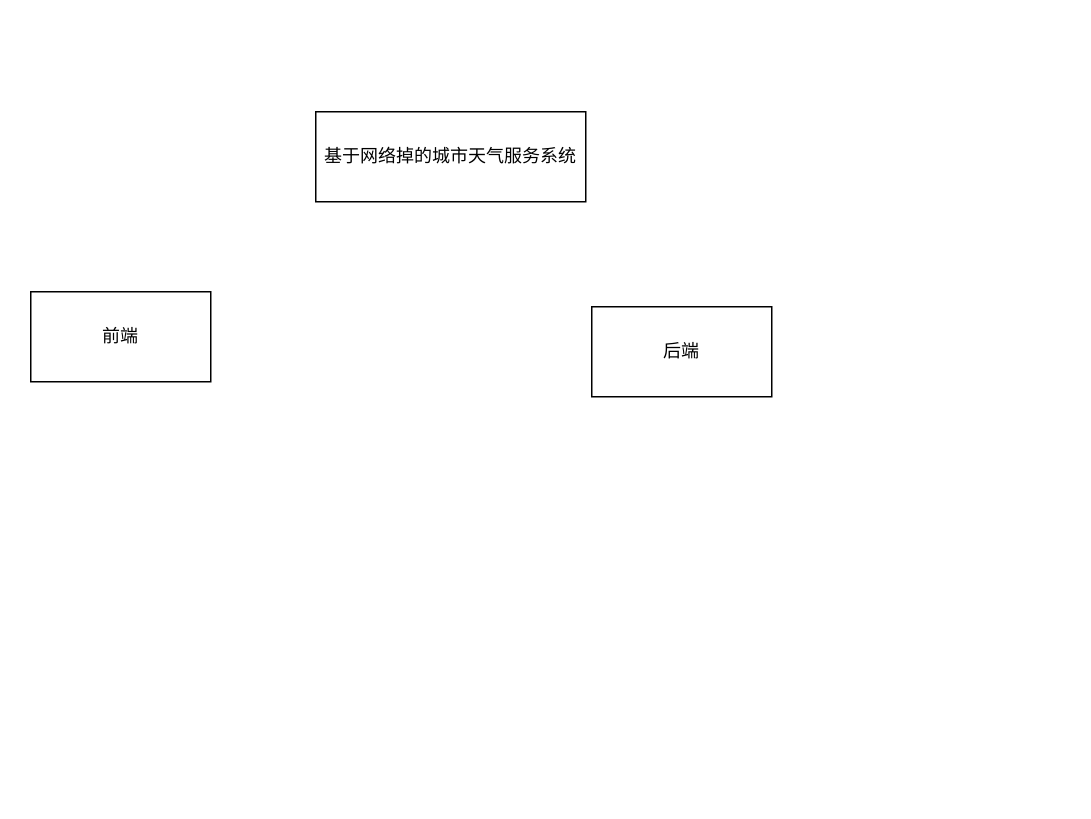
Earlier version of the draw.io diagram page "Page-2" (2 of 2) of Untitled Diagram.drawio (moxiaoyuancl/-django-). Source tidied: cells renumbered, new cells numbered last; positions are measured from the earlier drawing's top-left corner, leaving out a move shared by most shapes. Both pictures are drawn from the tidied source at 150%, with x=0, y=0 at pixel (30, 111).
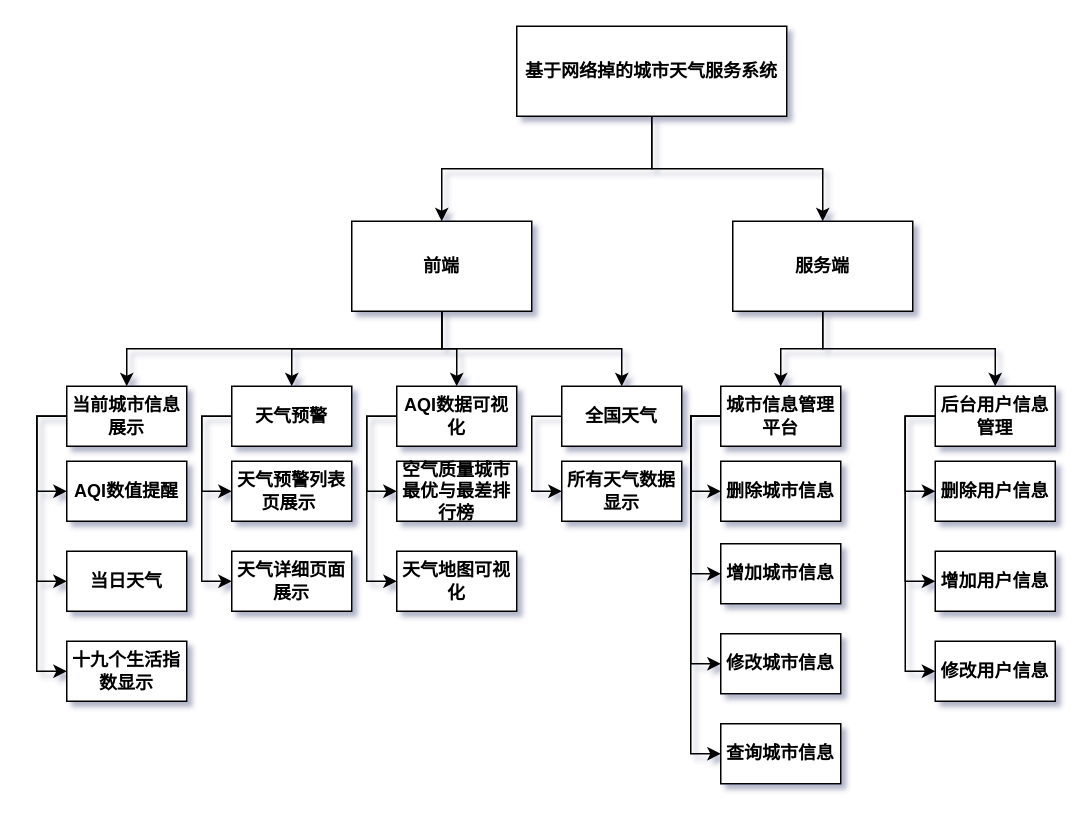
The same page after the edit.

The edit, as a diff of the source:
```diff
@@
-<mxGraphModel>
+<mxGraphModel shadow="1">
@@
+    <mxCell id="5" style="edgeStyle=orthogonalEdgeStyle;rounded=0;jettySize=auto;html=1;exitX=0.5;exitY=1;exitDx=0;exitDy=0;fontStyle=1;" parent="1" edge="1" source="2" target="3">
+      <mxGeometry relative="1" as="geometry" />
+    </mxCell>
+    <mxCell id="6" style="edgeStyle=orthogonalEdgeStyle;rounded=0;jettySize=auto;html=1;exitX=0.5;exitY=1;exitDx=0;exitDy=0;fontStyle=1;" parent="1" edge="1" source="2" target="4">
+      <mxGeometry relative="1" as="geometry" />
+    </mxCell>
-    <mxCell id="2" value="基于网络掉的城市天气服务系统" style="rounded=0;whiteSpace=wrap;html=1;" parent="1" vertex="1">
-      <mxGeometry x="190" width="180" height="60" as="geometry" />
+    <mxCell id="2" value="基于网络掉的城市天气服务系统" style="rounded=0;whiteSpace=wrap;html=1;direction=east;glass=0;fontStyle=1;" parent="1" vertex="1">
+      <mxGeometry x="324" y="-57" width="180" height="60" as="geometry" />
     </mxCell>
+    <mxCell id="7" style="edgeStyle=orthogonalEdgeStyle;rounded=0;jettySize=auto;html=1;exitX=0.5;exitY=1;exitDx=0;exitDy=0;entryX=0.5;entryY=0;entryDx=0;entryDy=0;fontStyle=1;" parent="1" edge="1" source="3" target="16">
+      <mxGeometry relative="1" as="geometry" />
+    </mxCell>
+    <mxCell id="8" style="edgeStyle=orthogonalEdgeStyle;rounded=0;jettySize=auto;html=1;exitX=0.5;exitY=1;exitDx=0;exitDy=0;fontStyle=1;" parent="1" edge="1" source="3" target="19">
+      <mxGeometry relative="1" as="geometry" />
+    </mxCell>
+    <mxCell id="9" style="edgeStyle=orthogonalEdgeStyle;rounded=0;jettySize=auto;html=1;exitX=0.5;exitY=1;exitDx=0;exitDy=0;fontStyle=1;" parent="1" edge="1" source="3" target="22">
+      <mxGeometry relative="1" as="geometry" />
+    </mxCell>
+    <mxCell id="10" style="edgeStyle=orthogonalEdgeStyle;rounded=0;jettySize=auto;html=1;exitX=0.5;exitY=1;exitDx=0;exitDy=0;fontStyle=1;" parent="1" edge="1" source="3" target="33">
+      <mxGeometry relative="1" as="geometry" />
+    </mxCell>
-    <mxCell id="3" value="前端" style="rounded=0;whiteSpace=wrap;html=1;" parent="1" vertex="1">
-      <mxGeometry y="120" width="120" height="60" as="geometry" />
+    <mxCell id="3" value="前端" style="rounded=0;whiteSpace=wrap;html=1;direction=east;fontStyle=1;" parent="1" vertex="1">
+      <mxGeometry x="214" y="73" width="120" height="60" as="geometry" />
     </mxCell>
+    <mxCell id="11" style="edgeStyle=orthogonalEdgeStyle;rounded=0;jettySize=auto;html=1;exitX=0.5;exitY=1;exitDx=0;exitDy=0;fontStyle=1;" parent="1" edge="1" source="4" target="31">
+      <mxGeometry relative="1" as="geometry" />
+    </mxCell>
+    <mxCell id="12" style="edgeStyle=orthogonalEdgeStyle;rounded=0;jettySize=auto;html=1;exitX=0.5;exitY=1;exitDx=0;exitDy=0;entryX=0.5;entryY=0;entryDx=0;entryDy=0;fontStyle=1;" parent="1" edge="1" source="4" target="27">
+      <mxGeometry relative="1" as="geometry" />
+    </mxCell>
-    <mxCell id="4" value="后端" style="rounded=0;whiteSpace=wrap;html=1;" parent="1" vertex="1">
-      <mxGeometry x="374" y="130" width="120" height="60" as="geometry" />
+    <mxCell id="4" value="服务端" style="rounded=0;whiteSpace=wrap;html=1;direction=east;fontStyle=1;" parent="1" vertex="1">
+      <mxGeometry x="468" y="73" width="120" height="60" as="geometry" />
     </mxCell>
+    <mxCell id="13" style="edgeStyle=orthogonalEdgeStyle;rounded=0;jettySize=auto;html=1;exitX=0;exitY=0.5;exitDx=0;exitDy=0;entryX=0;entryY=0.5;entryDx=0;entryDy=0;fontStyle=1;" parent="1" edge="1" source="16" target="34">
+      <mxGeometry relative="1" as="geometry" />
+    </mxCell>
+    <mxCell id="14" style="edgeStyle=orthogonalEdgeStyle;rounded=0;jettySize=auto;html=1;exitX=0;exitY=0.5;exitDx=0;exitDy=0;entryX=0;entryY=0.5;entryDx=0;entryDy=0;fontStyle=1;" parent="1" edge="1" source="16" target="35">
+      <mxGeometry relative="1" as="geometry" />
+    </mxCell>
+    <mxCell id="15" style="edgeStyle=orthogonalEdgeStyle;rounded=0;jettySize=auto;html=1;exitX=0;exitY=0.5;exitDx=0;exitDy=0;entryX=0;entryY=0.5;entryDx=0;entryDy=0;fontStyle=1;" parent="1" edge="1" source="16" target="36">
+      <mxGeometry relative="1" as="geometry" />
+    </mxCell>
+    <mxCell id="16" value="当前城市信息展示" style="rounded=0;whiteSpace=wrap;html=1;direction=east;fontStyle=1;" parent="1" vertex="1">
+      <mxGeometry x="24" y="183" width="80" height="40" as="geometry" />
+    </mxCell>
+    <mxCell id="17" style="edgeStyle=orthogonalEdgeStyle;rounded=0;jettySize=auto;html=1;exitX=0;exitY=0.5;exitDx=0;exitDy=0;entryX=0;entryY=0.5;entryDx=0;entryDy=0;fontStyle=1;" parent="1" edge="1" source="19" target="41">
+      <mxGeometry relative="1" as="geometry" />
+    </mxCell>
+    <mxCell id="18" style="edgeStyle=orthogonalEdgeStyle;rounded=0;jettySize=auto;html=1;exitX=0;exitY=0.5;exitDx=0;exitDy=0;entryX=0;entryY=0.5;entryDx=0;entryDy=0;fontStyle=1;" parent="1" edge="1" source="19" target="42">
+      <mxGeometry relative="1" as="geometry" />
+    </mxCell>
+    <mxCell id="19" value="天气预警" style="rounded=0;whiteSpace=wrap;html=1;direction=east;fontStyle=1;" parent="1" vertex="1">
+      <mxGeometry x="134" y="183" width="80" height="40" as="geometry" />
+    </mxCell>
+    <mxCell id="20" style="edgeStyle=orthogonalEdgeStyle;rounded=0;jettySize=auto;html=1;exitX=0;exitY=0.5;exitDx=0;exitDy=0;entryX=0;entryY=0.5;entryDx=0;entryDy=0;fontStyle=1;" parent="1" edge="1" source="22" target="40">
+      <mxGeometry relative="1" as="geometry" />
+    </mxCell>
+    <mxCell id="21" style="edgeStyle=orthogonalEdgeStyle;rounded=0;jettySize=auto;html=1;entryX=0;entryY=0.5;entryDx=0;entryDy=0;exitX=0;exitY=0.5;exitDx=0;exitDy=0;fontStyle=1;" parent="1" edge="1" source="22" target="39">
+      <mxGeometry relative="1" as="geometry" />
+    </mxCell>
+    <mxCell id="22" value="AQI数据可视化" style="rounded=0;whiteSpace=wrap;html=1;direction=east;fontStyle=1;" parent="1" vertex="1">
+      <mxGeometry x="244" y="183" width="80" height="40" as="geometry" />
+    </mxCell>
+    <mxCell id="23" style="edgeStyle=orthogonalEdgeStyle;rounded=0;jettySize=auto;html=1;exitX=0;exitY=0.5;exitDx=0;exitDy=0;entryX=0;entryY=0.5;entryDx=0;entryDy=0;fontStyle=1;" parent="1" edge="1" source="27" target="44">
+      <mxGeometry relative="1" as="geometry" />
+    </mxCell>
+    <mxCell id="24" style="edgeStyle=orthogonalEdgeStyle;rounded=0;jettySize=auto;html=1;entryX=0;entryY=0.5;entryDx=0;entryDy=0;exitX=0;exitY=0.5;exitDx=0;exitDy=0;fontStyle=1;" parent="1" edge="1" source="27" target="38">
+      <mxGeometry relative="1" as="geometry" />
+    </mxCell>
+    <mxCell id="25" style="edgeStyle=orthogonalEdgeStyle;rounded=0;jettySize=auto;html=1;exitX=0;exitY=0.5;exitDx=0;exitDy=0;entryX=0;entryY=0.5;entryDx=0;entryDy=0;fontStyle=1;" parent="1" edge="1" source="27" target="47">
+      <mxGeometry relative="1" as="geometry" />
+    </mxCell>
+    <mxCell id="26" style="edgeStyle=orthogonalEdgeStyle;rounded=0;jettySize=auto;html=1;entryX=0;entryY=0.5;entryDx=0;entryDy=0;exitX=0;exitY=0.5;exitDx=0;exitDy=0;fontStyle=1;" parent="1" edge="1" source="27" target="46">
+      <mxGeometry relative="1" as="geometry" />
+    </mxCell>
+    <mxCell id="27" value="城市信息管理平台" style="rounded=0;whiteSpace=wrap;html=1;direction=east;fontStyle=1;" parent="1" vertex="1">
+      <mxGeometry x="460" y="183" width="80" height="40" as="geometry" />
+    </mxCell>
+    <mxCell id="28" style="edgeStyle=orthogonalEdgeStyle;rounded=0;jettySize=auto;html=1;exitX=0;exitY=0.5;exitDx=0;exitDy=0;entryX=0;entryY=0.5;entryDx=0;entryDy=0;fontStyle=1;" parent="1" edge="1" source="31" target="45">
+      <mxGeometry relative="1" as="geometry" />
+    </mxCell>
+    <mxCell id="29" style="edgeStyle=orthogonalEdgeStyle;rounded=0;jettySize=auto;html=1;exitX=0;exitY=0.5;exitDx=0;exitDy=0;entryX=0;entryY=0.5;entryDx=0;entryDy=0;fontStyle=1;" parent="1" edge="1" source="31" target="43">
+      <mxGeometry relative="1" as="geometry" />
+    </mxCell>
+    <mxCell id="30" style="edgeStyle=orthogonalEdgeStyle;rounded=0;jettySize=auto;html=1;exitX=0;exitY=0.5;exitDx=0;exitDy=0;entryX=0;entryY=0.5;entryDx=0;entryDy=0;fontStyle=1;" parent="1" edge="1" source="31" target="48">
+      <mxGeometry relative="1" as="geometry" />
+    </mxCell>
+    <mxCell id="31" value="后台用户信息管理" style="rounded=0;whiteSpace=wrap;html=1;direction=east;fontStyle=1;" parent="1" vertex="1">
+      <mxGeometry x="603" y="183" width="80" height="40" as="geometry" />
+    </mxCell>
+    <mxCell id="32" style="edgeStyle=orthogonalEdgeStyle;rounded=0;jettySize=auto;html=1;entryX=0;entryY=0.5;entryDx=0;entryDy=0;exitX=0;exitY=0.5;exitDx=0;exitDy=0;fontStyle=1;" parent="1" edge="1" source="33" target="37">
+      <mxGeometry relative="1" as="geometry" />
+    </mxCell>
+    <mxCell id="33" value="全国天气" style="rounded=0;whiteSpace=wrap;html=1;direction=east;fontStyle=1;" parent="1" vertex="1">
+      <mxGeometry x="354" y="183" width="80" height="40" as="geometry" />
+    </mxCell>
+    <mxCell id="34" value="AQI数值提醒" style="rounded=0;whiteSpace=wrap;html=1;glass=0;fontStyle=1;" parent="1" vertex="1">
+      <mxGeometry x="24" y="233" width="80" height="40" as="geometry" />
+    </mxCell>
+    <mxCell id="35" value="当日天气" style="rounded=0;whiteSpace=wrap;html=1;glass=0;fontStyle=1;" parent="1" vertex="1">
+      <mxGeometry x="24" y="293" width="80" height="40" as="geometry" />
+    </mxCell>
+    <mxCell id="36" value="十九个生活指数显示" style="rounded=0;whiteSpace=wrap;html=1;glass=0;fontStyle=1;" parent="1" vertex="1">
+      <mxGeometry x="24" y="353" width="80" height="40" as="geometry" />
+    </mxCell>
+    <mxCell id="37" value="所有天气数据显示" style="rounded=0;whiteSpace=wrap;html=1;glass=0;fontStyle=1;" parent="1" vertex="1">
+      <mxGeometry x="354" y="233" width="80" height="40" as="geometry" />
+    </mxCell>
+    <mxCell id="38" value="增加城市信息" style="rounded=0;whiteSpace=wrap;html=1;glass=0;fontStyle=1;" parent="1" vertex="1">
+      <mxGeometry x="460" y="288" width="80" height="40" as="geometry" />
+    </mxCell>
+    <mxCell id="39" value="天气地图可视化" style="rounded=0;whiteSpace=wrap;html=1;glass=0;fontStyle=1;" parent="1" vertex="1">
+      <mxGeometry x="244" y="293" width="80" height="40" as="geometry" />
+    </mxCell>
+    <mxCell id="40" value="空气质量城市最优与最差排行榜" style="rounded=0;whiteSpace=wrap;html=1;glass=0;fontStyle=1;" parent="1" vertex="1">
+      <mxGeometry x="244" y="233" width="80" height="40" as="geometry" />
+    </mxCell>
+    <mxCell id="41" value="天气预警列表页展示&amp;nbsp;" style="rounded=0;whiteSpace=wrap;html=1;glass=0;fontStyle=1;" parent="1" vertex="1">
+      <mxGeometry x="134" y="233" width="80" height="40" as="geometry" />
+    </mxCell>
+    <mxCell id="42" value="天气详细页面展示" style="rounded=0;whiteSpace=wrap;html=1;glass=0;fontStyle=1;" parent="1" vertex="1">
+      <mxGeometry x="134" y="293" width="80" height="40" as="geometry" />
+    </mxCell>
+    <mxCell id="43" value="增加用户信息" style="rounded=0;whiteSpace=wrap;html=1;glass=0;fontStyle=1;" parent="1" vertex="1">
+      <mxGeometry x="603" y="293" width="80" height="40" as="geometry" />
+    </mxCell>
+    <mxCell id="44" value="删除城市信息" style="rounded=0;whiteSpace=wrap;html=1;glass=0;fontStyle=1;" parent="1" vertex="1">
+      <mxGeometry x="460" y="233" width="80" height="40" as="geometry" />
+    </mxCell>
+    <mxCell id="45" value="删除用户信息" style="rounded=0;whiteSpace=wrap;html=1;glass=0;fontStyle=1;" parent="1" vertex="1">
+      <mxGeometry x="603" y="233" width="80" height="40" as="geometry" />
+    </mxCell>
+    <mxCell id="46" value="查询城市信息" style="rounded=0;whiteSpace=wrap;html=1;glass=0;fontStyle=1;" parent="1" vertex="1">
+      <mxGeometry x="460" y="408" width="80" height="40" as="geometry" />
+    </mxCell>
+    <mxCell id="47" value="修改城市信息" style="rounded=0;whiteSpace=wrap;html=1;glass=0;fontStyle=1;" parent="1" vertex="1">
+      <mxGeometry x="460" y="348" width="80" height="40" as="geometry" />
+    </mxCell>
+    <mxCell id="48" value="修改用户信息" style="rounded=0;whiteSpace=wrap;html=1;glass=0;fontStyle=1;" parent="1" vertex="1">
+      <mxGeometry x="603" y="353" width="80" height="40" as="geometry" />
+    </mxCell>
```
